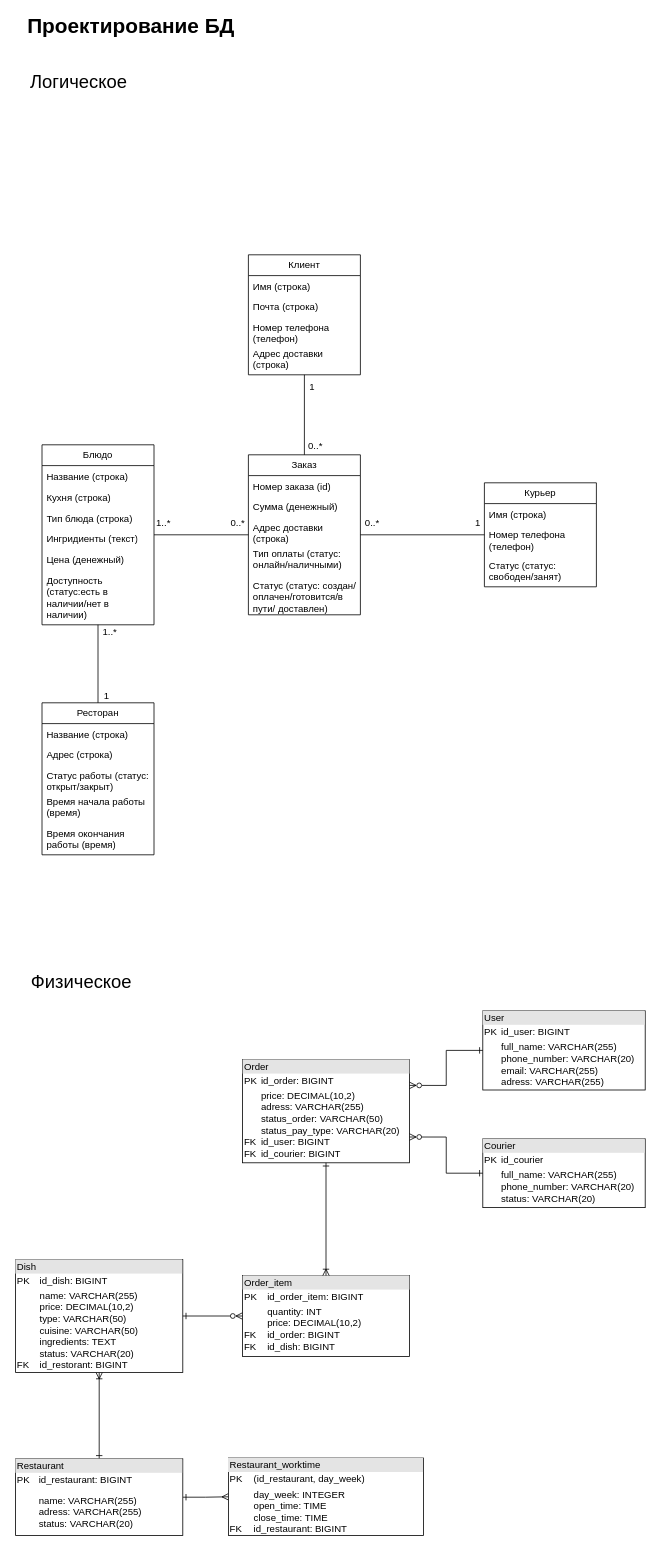
Earlier version of the draw.io diagram diagrams/Проектирование_БД.drawio (AmaliaMarkina101/Portfolio). Source tidied: cells renumbered, new cells numbered last; positions are measured from the earlier drawing's top-left corner, leaving out a move shared by most shapes. Both pictures are drawn from the tidied source at 80%, with x=0, y=0 at pixel (14, 14).
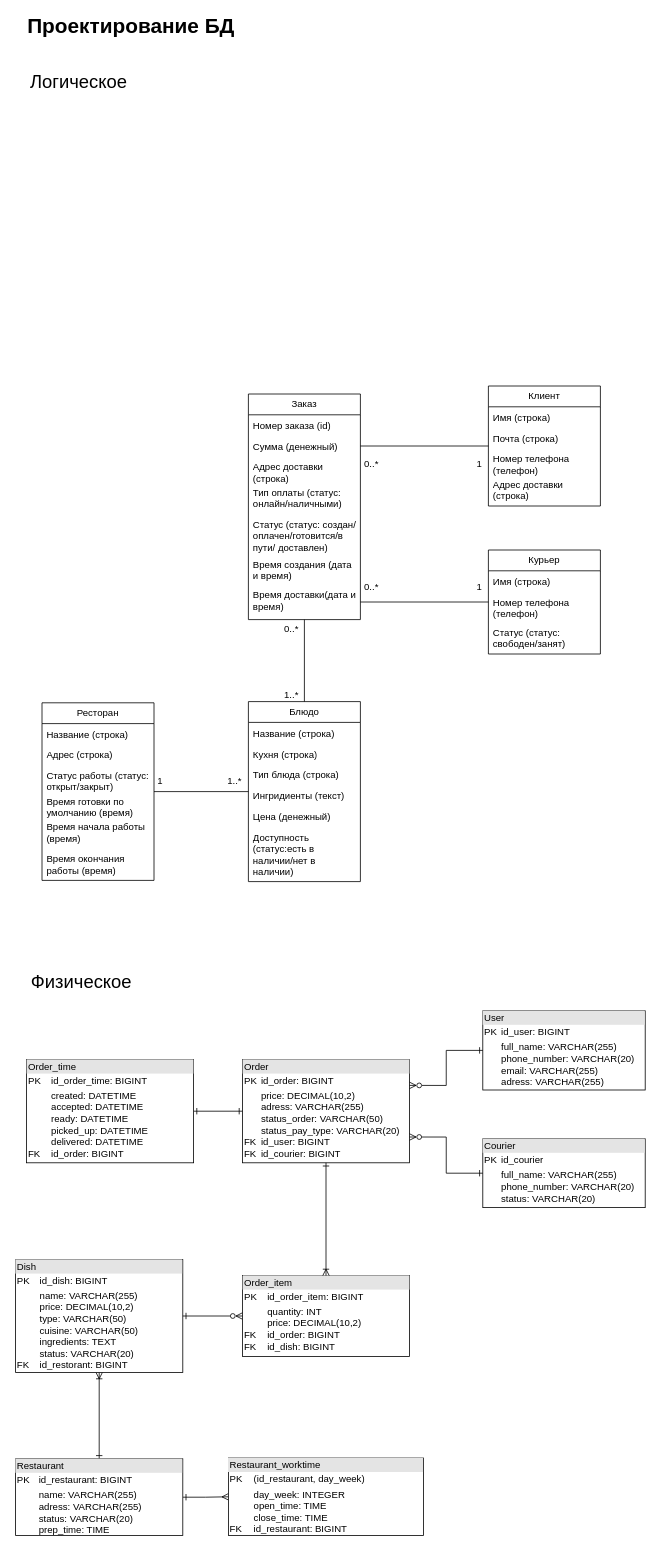
The same diagram, later.

The change refers to these unchanged cells:
```xml
<mxCell id="30" value="Сумма (денежный)" style="text;strokeColor=none;fillColor=none;align=left;verticalAlign=top;spacingLeft=4;spacingRight=4;overflow=hidden;points=[[0,0.5],[1,0.5]];portConstraint=eastwest;whiteSpace=wrap;html=1;" parent="28" vertex="1">
  <mxGeometry y="52" width="140" height="26" as="geometry" />
</mxCell>
<mxCell id="38" value="&lt;div style=&quot;box-sizing:border-box;width:100%;background:#e4e4e4;padding:2px;&quot;&gt;Order&lt;/div&gt;&lt;table style=&quot;width:100%;font-size:1em;&quot; cellpadding=&quot;2&quot; cellspacing=&quot;0&quot;&gt;&lt;tbody&gt;&lt;tr&gt;&lt;td&gt;PK&lt;/td&gt;&lt;td&gt;id_order: BIGINT&lt;/td&gt;&lt;/tr&gt;&lt;tr&gt;&lt;td&gt;&lt;br&gt;&lt;br&gt;&lt;br&gt;FK&lt;br&gt;FK&lt;/td&gt;&lt;td&gt;price: DECIMAL(10,2)&lt;br&gt;adress: VARCHAR(255)&lt;br&gt;status_order: VARCHAR(50)&lt;br&gt;status_pay_type: VARCHAR(20)&lt;br&gt;id_user: BIGINT&lt;br&gt;id_courier: BIGINT&lt;br&gt;&lt;br&gt;&lt;/td&gt;&lt;/tr&gt;&lt;/tbody&gt;&lt;/table&gt;" style="verticalAlign=top;align=left;overflow=fill;html=1;whiteSpace=wrap;" parent="1" vertex="1">
  <mxGeometry x="285.5" y="1307" width="209" height="129" as="geometry" />
</mxCell>
```

The edit, as a diff of the source:
```diff
@@
     <mxCell id="3" value="Блюдо" style="swimlane;fontStyle=0;horizontal=1;startSize=26;fillColor=none;whiteSpace=wrap;html=1;" parent="1" vertex="1">
-      <mxGeometry x="35" y="538.5" width="140" height="225" as="geometry" />
+      <mxGeometry x="293" y="859.5" width="140" height="225" as="geometry" />
     </mxCell>
@@
     <mxCell id="10" value="Клиент" style="swimlane;fontStyle=0;horizontal=1;startSize=26;fillColor=none;whiteSpace=wrap;html=1;" parent="1" vertex="1">
-      <mxGeometry x="293" y="301" width="140" height="150" as="geometry" />
+      <mxGeometry x="593" y="465" width="140" height="150" as="geometry" />
     </mxCell>
@@
     <mxCell id="15" value="Ресторан" style="swimlane;fontStyle=0;horizontal=1;startSize=26;fillColor=none;whiteSpace=wrap;html=1;" parent="1" vertex="1">
-      <mxGeometry x="35" y="861" width="140" height="190" as="geometry" />
+      <mxGeometry x="35" y="861" width="140" height="222" as="geometry" />
     </mxCell>
@@
-    <mxCell id="18" value="Статус работы (статус: открыт/закрыт)" style="text;strokeColor=none;fillColor=none;align=left;verticalAlign=top;spacingLeft=4;spacingRight=4;overflow=hidden;whiteSpace=wrap;html=1;" parent="15" vertex="1">
+    <mxCell id="18" value="Статус работы (статус: открыт/закрыт)&lt;div&gt;&lt;br&gt;&lt;/div&gt;" style="text;strokeColor=none;fillColor=none;align=left;verticalAlign=top;spacingLeft=4;spacingRight=4;overflow=hidden;whiteSpace=wrap;html=1;" parent="15" vertex="1">
       <mxGeometry y="78" width="140" height="32" as="geometry" />
     </mxCell>
+    <mxCell id="58" value="Время готовки по умолчанию (время)" style="text;strokeColor=none;fillColor=none;align=left;verticalAlign=top;spacingLeft=4;spacingRight=4;overflow=hidden;whiteSpace=wrap;html=1;" parent="15" vertex="1">
+      <mxGeometry y="110" width="140" height="32" as="geometry" />
+    </mxCell>
     <mxCell id="19" value="Время начала работы (время)" style="text;strokeColor=none;fillColor=none;align=left;verticalAlign=top;spacingLeft=4;spacingRight=4;overflow=hidden;whiteSpace=wrap;html=1;" parent="15" vertex="1">
-      <mxGeometry y="110" width="140" height="40" as="geometry" />
+      <mxGeometry y="142" width="140" height="40" as="geometry" />
     </mxCell>
     <mxCell id="20" value="Время окончания работы (время)" style="text;strokeColor=none;fillColor=none;align=left;verticalAlign=top;spacingLeft=4;spacingRight=4;overflow=hidden;whiteSpace=wrap;html=1;" parent="15" vertex="1">
-      <mxGeometry y="150" width="140" height="40" as="geometry" />
+      <mxGeometry y="182" width="140" height="40" as="geometry" />
     </mxCell>
     <mxCell id="21" value="Курьер" style="swimlane;fontStyle=0;horizontal=1;startSize=26;fillColor=none;whiteSpace=wrap;html=1;" parent="1" vertex="1">
-      <mxGeometry x="588" y="586" width="140" height="130" as="geometry" />
+      <mxGeometry x="593" y="670" width="140" height="130" as="geometry" />
     </mxCell>
@@
-    <mxCell id="26" style="edgeStyle=orthogonalEdgeStyle;rounded=0;jettySize=auto;html=1;endArrow=none;endFill=0;startArrow=none;startFill=0;" parent="1" edge="1" source="28" target="10">
+    <mxCell id="26" style="edgeStyle=orthogonalEdgeStyle;rounded=0;jettySize=auto;html=1;endArrow=none;endFill=0;startArrow=none;startFill=0;" parent="1" edge="1" source="30" target="10">
       <mxGeometry relative="1" as="geometry" />
     </mxCell>
-    <mxCell id="27" style="edgeStyle=orthogonalEdgeStyle;rounded=0;jettySize=auto;html=1;startArrow=none;startFill=0;endArrow=none;endFill=0;" parent="1" edge="1" source="28" target="21">
+    <mxCell id="27" style="edgeStyle=orthogonalEdgeStyle;rounded=0;jettySize=auto;html=1;startArrow=none;startFill=0;endArrow=none;endFill=0;exitX=1;exitY=0.5;exitDx=0;exitDy=0;" parent="1" edge="1" source="60" target="21">
       <mxGeometry relative="1" as="geometry" />
     </mxCell>
     <mxCell id="28" value="Заказ" style="swimlane;fontStyle=0;horizontal=1;startSize=26;fillColor=none;whiteSpace=wrap;html=1;" parent="1" vertex="1">
-      <mxGeometry x="293" y="551" width="140" height="200" as="geometry" />
+      <mxGeometry x="293" y="475" width="140" height="282" as="geometry" />
     </mxCell>
@@
+    <mxCell id="59" value="Время создания (дата и время)" style="text;strokeColor=none;fillColor=none;align=left;verticalAlign=top;spacingLeft=4;spacingRight=4;overflow=hidden;whiteSpace=wrap;html=1;" parent="28" vertex="1">
+      <mxGeometry y="200" width="140" height="38" as="geometry" />
+    </mxCell>
+    <mxCell id="60" value="Время доставки(дата и время)" style="text;strokeColor=none;fillColor=none;align=left;verticalAlign=top;spacingLeft=4;spacingRight=4;overflow=hidden;points=[[0,0.5],[1,0.5]];portConstraint=eastwest;whiteSpace=wrap;html=1;" parent="28" vertex="1">
+      <mxGeometry y="238" width="140" height="44" as="geometry" />
+    </mxCell>
     <mxCell id="34" value="0..*" style="text;html=1;whiteSpace=wrap;strokeColor=none;fillColor=none;align=center;verticalAlign=middle;rounded=0;" parent="1" vertex="1">
-      <mxGeometry x="347" y="525" width="60" height="30" as="geometry" />
+      <mxGeometry x="417" y="548" width="60" height="30" as="geometry" />
     </mxCell>
     <mxCell id="35" value="1" style="text;html=1;whiteSpace=wrap;strokeColor=none;fillColor=none;align=center;verticalAlign=middle;rounded=0;" parent="1" vertex="1">
-      <mxGeometry x="343" y="451" width="60" height="30" as="geometry" />
+      <mxGeometry x="552" y="548" width="60" height="30" as="geometry" />
     </mxCell>
@@
-    <mxCell id="42" value="&lt;div style=&quot;box-sizing:border-box;width:100%;background:#e4e4e4;padding:2px;&quot;&gt;Restaurant&lt;/div&gt;&lt;table style=&quot;width:100%;font-size:1em;&quot; cellpadding=&quot;2&quot; cellspacing=&quot;0&quot;&gt;&lt;tbody&gt;&lt;tr&gt;&lt;td&gt;PK&lt;/td&gt;&lt;td&gt;id_restaurant: BIGINT&lt;/td&gt;&lt;/tr&gt;&lt;tr&gt;&lt;td&gt;&lt;br&gt;&lt;br&gt;&lt;br&gt;&lt;br&gt;&lt;br&gt;&lt;/td&gt;&lt;td&gt;name: VARCHAR(255)&lt;br&gt;adress:&amp;nbsp;VARCHAR(255)&lt;br&gt;status: VARCHAR(20)&lt;br&gt;&lt;br&gt;&lt;/td&gt;&lt;/tr&gt;&lt;/tbody&gt;&lt;/table&gt;" style="verticalAlign=top;align=left;overflow=fill;html=1;whiteSpace=wrap;" parent="1" vertex="1">
+    <mxCell id="42" value="&lt;div style=&quot;box-sizing:border-box;width:100%;background:#e4e4e4;padding:2px;&quot;&gt;Restaurant&lt;/div&gt;&lt;table style=&quot;width:100%;font-size:1em;&quot; cellpadding=&quot;2&quot; cellspacing=&quot;0&quot;&gt;&lt;tbody&gt;&lt;tr&gt;&lt;td&gt;PK&lt;/td&gt;&lt;td&gt;id_restaurant: BIGINT&lt;/td&gt;&lt;/tr&gt;&lt;tr&gt;&lt;td&gt;&lt;br&gt;&lt;br&gt;&lt;br&gt;&lt;br&gt;&lt;br&gt;&lt;/td&gt;&lt;td&gt;name: VARCHAR(255)&lt;br&gt;adress:&amp;nbsp;VARCHAR(255)&lt;br&gt;status: VARCHAR(20)&lt;br&gt;prep_time: TIME&lt;br&gt;&lt;br&gt;&lt;/td&gt;&lt;/tr&gt;&lt;/tbody&gt;&lt;/table&gt;" style="verticalAlign=top;align=left;overflow=fill;html=1;whiteSpace=wrap;" parent="1" vertex="1">
       <mxGeometry x="2" y="1806" width="209" height="96" as="geometry" />
     </mxCell>
@@
     <mxCell id="49" value="0..*" style="text;html=1;whiteSpace=wrap;strokeColor=none;fillColor=none;align=center;verticalAlign=middle;rounded=0;" parent="1" vertex="1">
-      <mxGeometry x="418" y="622" width="60" height="30" as="geometry" />
+      <mxGeometry x="417" y="702" width="60" height="30" as="geometry" />
     </mxCell>
     <mxCell id="50" value="0..*" style="text;html=1;whiteSpace=wrap;strokeColor=none;fillColor=none;align=center;verticalAlign=middle;rounded=0;" parent="1" vertex="1">
-      <mxGeometry x="250" y="622" width="60" height="30" as="geometry" />
+      <mxGeometry x="317" y="754" width="60" height="30" as="geometry" />
     </mxCell>
     <mxCell id="51" value="1" style="text;html=1;whiteSpace=wrap;strokeColor=none;fillColor=none;align=center;verticalAlign=middle;rounded=0;" parent="1" vertex="1">
-      <mxGeometry x="550" y="622" width="60" height="30" as="geometry" />
+      <mxGeometry x="552" y="702" width="60" height="30" as="geometry" />
     </mxCell>
     <mxCell id="52" value="1" style="text;html=1;whiteSpace=wrap;strokeColor=none;fillColor=none;align=center;verticalAlign=middle;rounded=0;" parent="1" vertex="1">
-      <mxGeometry x="86" y="838" width="60" height="30" as="geometry" />
+      <mxGeometry x="153" y="944" width="60" height="30" as="geometry" />
     </mxCell>
     <mxCell id="53" value="1..*" style="text;html=1;whiteSpace=wrap;strokeColor=none;fillColor=none;align=center;verticalAlign=middle;rounded=0;" parent="1" vertex="1">
-      <mxGeometry x="90" y="758" width="60" height="30" as="geometry" />
+      <mxGeometry x="246" y="944" width="60" height="30" as="geometry" />
     </mxCell>
     <mxCell id="54" value="1..*" style="text;html=1;whiteSpace=wrap;strokeColor=none;fillColor=none;align=center;verticalAlign=middle;rounded=0;" parent="1" vertex="1">
-      <mxGeometry x="156.5" y="622" width="60" height="30" as="geometry" />
+      <mxGeometry x="317" y="836" width="60" height="30" as="geometry" />
     </mxCell>
@@
+    <mxCell id="61" style="edgeStyle=orthogonalEdgeStyle;rounded=0;jettySize=auto;html=1;entryX=0;entryY=0.5;entryDx=0;entryDy=0;endArrow=ERone;endFill=0;startArrow=ERone;startFill=0;" parent="1" edge="1" source="62" target="38">
+      <mxGeometry relative="1" as="geometry" />
+    </mxCell>
+    <mxCell id="62" value="&lt;div style=&quot;box-sizing:border-box;width:100%;background:#e4e4e4;padding:2px;&quot;&gt;Order_time&lt;/div&gt;&lt;table style=&quot;width:100%;font-size:1em;&quot; cellpadding=&quot;2&quot; cellspacing=&quot;0&quot;&gt;&lt;tbody&gt;&lt;tr&gt;&lt;td&gt;PK&lt;/td&gt;&lt;td&gt;id_order_time: BIGINT&lt;/td&gt;&lt;/tr&gt;&lt;tr&gt;&lt;td&gt;&lt;br&gt;&lt;br&gt;&lt;br&gt;&lt;br&gt;FK&lt;br&gt;&lt;/td&gt;&lt;td&gt;created: DATETIME&lt;br&gt;accepted: DATETIME&lt;br&gt;ready: DATETIME&lt;br&gt;picked_up: DATETIME&lt;br&gt;delivered: DATETIME&lt;br&gt;id_order: BIGINT&lt;br&gt;&lt;br&gt;&lt;/td&gt;&lt;/tr&gt;&lt;/tbody&gt;&lt;/table&gt;" style="verticalAlign=top;align=left;overflow=fill;html=1;whiteSpace=wrap;" parent="1" vertex="1">
+      <mxGeometry x="15.5" y="1307" width="209" height="129" as="geometry" />
+    </mxCell>
```
